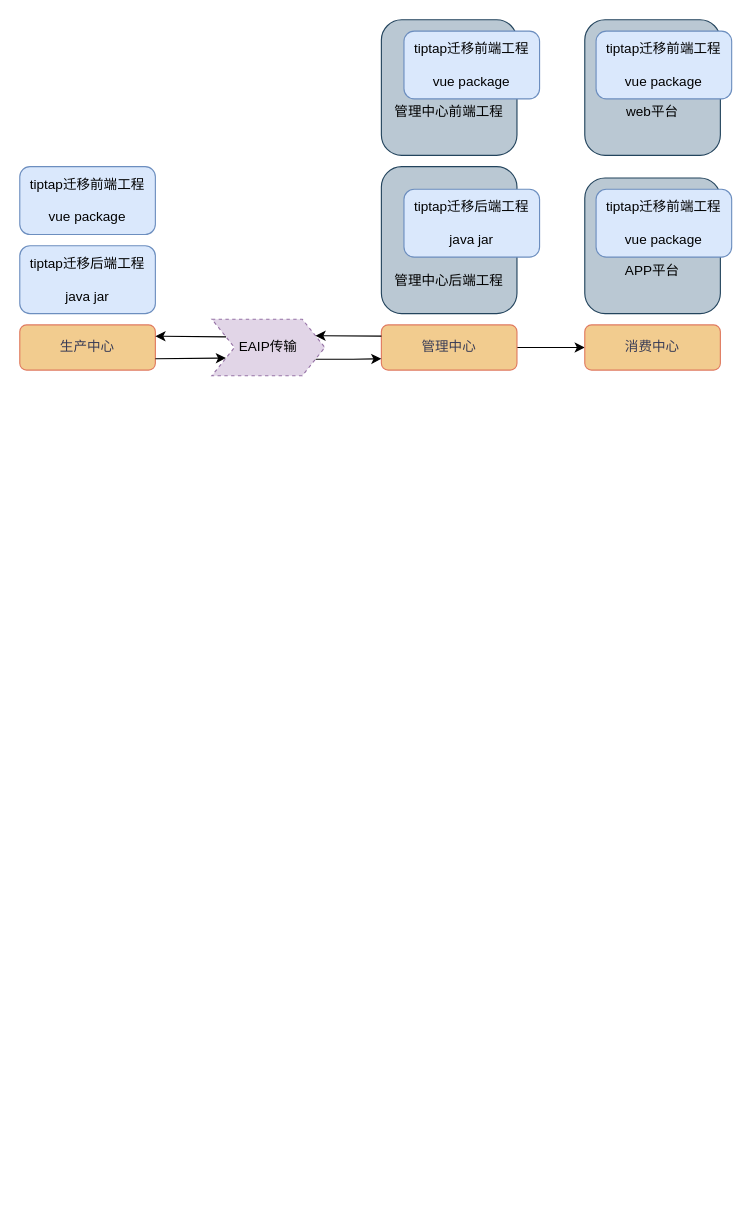
The draw.io diagram tiptapRendering.drawio in lance631/notes, before the edit. Source tidied: cells renumbered, new cells numbered last; positions are measured from the earlier drawing's top-left corner, leaving out a move shared by most shapes. Both pictures are drawn from the tidied source at 113%, with x=0, y=0 at pixel (19, 19).
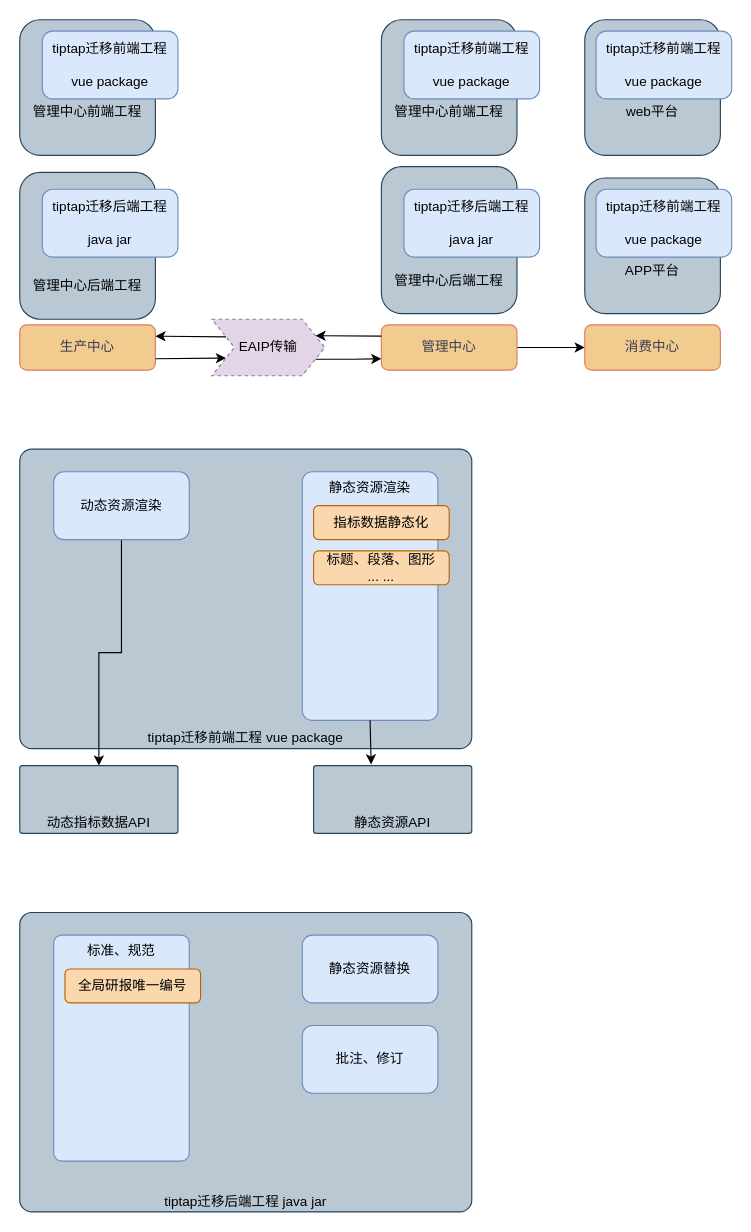
The same diagram, later.

Diff of the diagram source:
```diff
@@
+    <mxCell id="21" value="&lt;br&gt;&lt;br&gt;&lt;br&gt;&lt;br&gt;&lt;br&gt;管理中心后端工程" style="rounded=1;whiteSpace=wrap;html=1;fillColor=#bac8d3;strokeColor=#23445d;" parent="1" vertex="1">
+      <mxGeometry y="135" width="120" height="130" as="geometry" />
+    </mxCell>
+    <mxCell id="22" value="&lt;br&gt;&lt;br&gt;&lt;br&gt;管理中心前端工程" style="rounded=1;whiteSpace=wrap;html=1;fillColor=#bac8d3;strokeColor=#23445d;" parent="1" vertex="1">
+      <mxGeometry width="120" height="120" as="geometry" />
+    </mxCell>
@@
     <mxCell id="6" value="tiptap迁移前端工程&lt;br&gt;&lt;br&gt;vue package" style="rounded=1;whiteSpace=wrap;html=1;fillColor=#dae8fc;strokeColor=#6c8ebf;" parent="1" vertex="1">
-      <mxGeometry y="130" width="120" height="60" as="geometry" />
+      <mxGeometry x="20" y="10" width="120" height="60" as="geometry" />
     </mxCell>
     <mxCell id="7" value="tiptap迁移后端工程&lt;br&gt;&lt;br&gt;java jar" style="rounded=1;whiteSpace=wrap;html=1;fillColor=#dae8fc;strokeColor=#6c8ebf;" parent="1" vertex="1">
-      <mxGeometry y="200" width="120" height="60" as="geometry" />
+      <mxGeometry x="20" y="150" width="120" height="60" as="geometry" />
     </mxCell>
@@
+    <mxCell id="23" value="tiptap迁移前端工程 vue package" style="rounded=1;whiteSpace=wrap;html=1;fillColor=#bac8d3;strokeColor=#23445d;verticalAlign=bottom;arcSize=4;" parent="1" vertex="1">
+      <mxGeometry y="380" width="400" height="265" as="geometry" />
+    </mxCell>
+    <mxCell id="24" style="edgeStyle=orthogonalEdgeStyle;rounded=0;jettySize=auto;html=1;exitX=0.5;exitY=1;exitDx=0;exitDy=0;" parent="1" edge="1" source="25" target="33">
+      <mxGeometry relative="1" as="geometry" />
+    </mxCell>
+    <mxCell id="25" value="动态资源渲染" style="rounded=1;whiteSpace=wrap;html=1;fillColor=#dae8fc;strokeColor=#6c8ebf;" parent="1" vertex="1">
+      <mxGeometry x="30" y="400" width="120" height="60" as="geometry" />
+    </mxCell>
+    <mxCell id="26" value="静态资源渲染" style="rounded=1;whiteSpace=wrap;html=1;fillColor=#dae8fc;strokeColor=#6c8ebf;arcSize=7;verticalAlign=top;" parent="1" vertex="1">
+      <mxGeometry x="250" y="400" width="120" height="220" as="geometry" />
+    </mxCell>
+    <mxCell id="27" value="tiptap迁移后端工程 java jar" style="rounded=1;whiteSpace=wrap;html=1;fillColor=#bac8d3;strokeColor=#23445d;verticalAlign=bottom;arcSize=4;" parent="1" vertex="1">
+      <mxGeometry y="790" width="400" height="265" as="geometry" />
+    </mxCell>
+    <mxCell id="28" value="标准、规范" style="rounded=1;whiteSpace=wrap;html=1;fillColor=#dae8fc;strokeColor=#6c8ebf;arcSize=6;verticalAlign=top;" parent="1" vertex="1">
+      <mxGeometry x="30" y="810" width="120" height="200" as="geometry" />
+    </mxCell>
+    <mxCell id="29" value="静态资源替换" style="rounded=1;whiteSpace=wrap;html=1;fillColor=#dae8fc;strokeColor=#6c8ebf;" parent="1" vertex="1">
+      <mxGeometry x="250" y="810" width="120" height="60" as="geometry" />
+    </mxCell>
+    <mxCell id="30" value="批注、修订" style="rounded=1;whiteSpace=wrap;html=1;fillColor=#dae8fc;strokeColor=#6c8ebf;" parent="1" vertex="1">
+      <mxGeometry x="250" y="890" width="120" height="60" as="geometry" />
+    </mxCell>
+    <mxCell id="31" value="全局研报唯一编号" style="rounded=1;whiteSpace=wrap;html=1;fillColor=#fad7ac;strokeColor=#b46504;" parent="1" vertex="1">
+      <mxGeometry x="40" y="840" width="120" height="30" as="geometry" />
+    </mxCell>
+    <mxCell id="32" value="标题、段落、图形 &lt;br&gt;... ..." style="rounded=1;whiteSpace=wrap;html=1;fillColor=#fad7ac;strokeColor=#b46504;" parent="1" vertex="1">
+      <mxGeometry x="260" y="470" width="120" height="30" as="geometry" />
+    </mxCell>
+    <mxCell id="33" value="动态指标数据API" style="rounded=1;whiteSpace=wrap;html=1;fillColor=#bac8d3;strokeColor=#23445d;verticalAlign=bottom;arcSize=4;" parent="1" vertex="1">
+      <mxGeometry y="660" width="140" height="60" as="geometry" />
+    </mxCell>
+    <mxCell id="34" value="静态资源API" style="rounded=1;whiteSpace=wrap;html=1;fillColor=#bac8d3;strokeColor=#23445d;verticalAlign=bottom;arcSize=4;" parent="1" vertex="1">
+      <mxGeometry x="260" y="660" width="140" height="60" as="geometry" />
+    </mxCell>
+    <mxCell id="35" value="指标数据静态化" style="rounded=1;whiteSpace=wrap;html=1;fillColor=#fad7ac;strokeColor=#b46504;" parent="1" vertex="1">
+      <mxGeometry x="260" y="430" width="120" height="30" as="geometry" />
+    </mxCell>
+    <mxCell id="36" style="endArrow=classic;html=1;rounded=0;exitX=0.5;exitY=1;exitDx=0;exitDy=0;entryX=0.364;entryY=-0.017;entryDx=0;entryDy=0;entryPerimeter=0;" parent="1" edge="1" source="26" target="34">
+      <mxGeometry relative="1" as="geometry" />
+    </mxCell>
```
